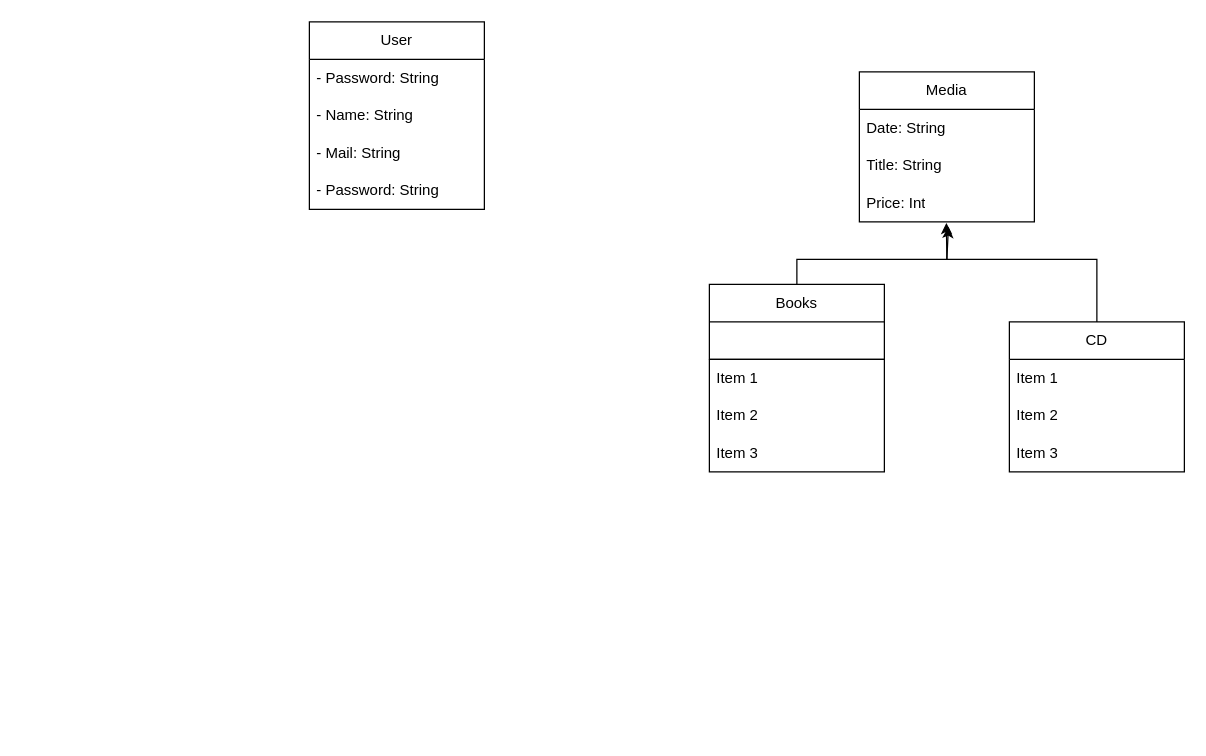
sraosha47/m226 keeps this draw.io diagram as diagrams/class_library.drawio. Above is the earlier version. Source tidied: cells renumbered, new cells numbered last; positions are measured from the earlier drawing's top-left corner, leaving out a move shared by most shapes. Both pictures are drawn from the tidied source at 125%, with x=0, y=0 at pixel (309, 21).
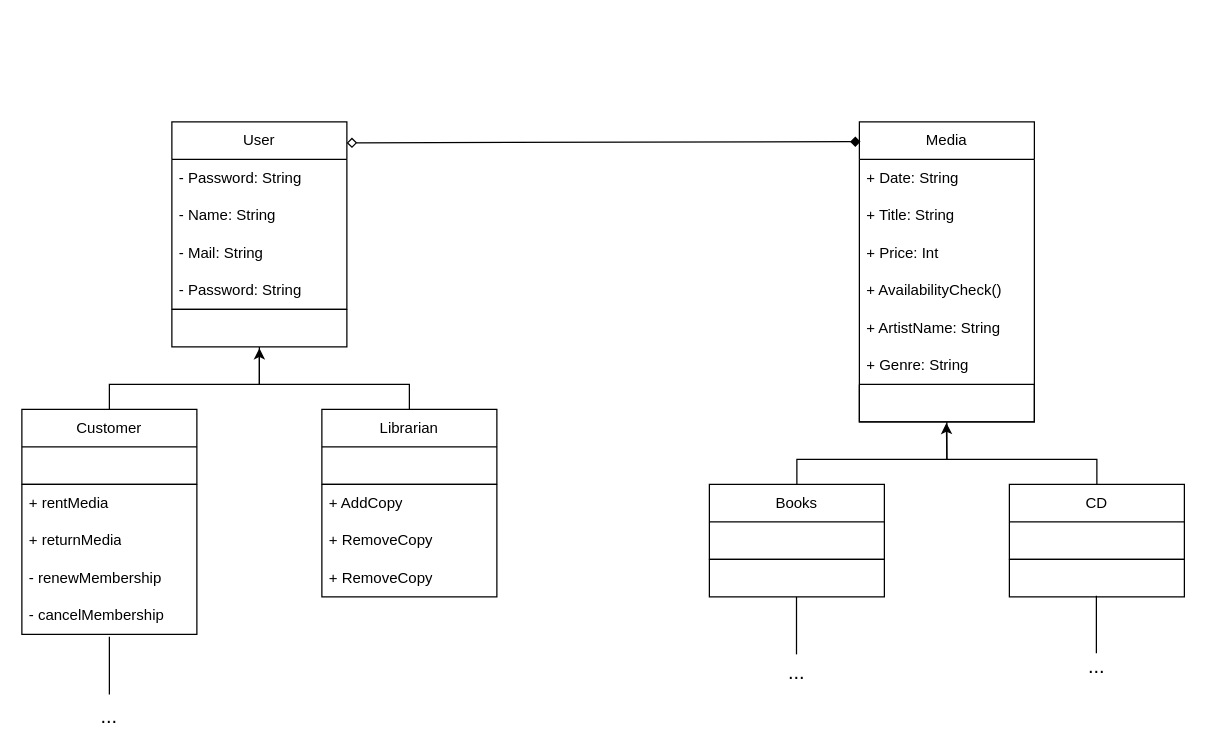
Above is the later version.

What changed in the source:
```diff
@@
     <mxCell id="2" value="User" style="swimlane;fontStyle=0;horizontal=1;startSize=30;whiteSpace=wrap;html=1;" parent="1" vertex="1">
-      <mxGeometry width="140" height="150" as="geometry" />
+      <mxGeometry x="-110" y="80" width="140" height="150" as="geometry" />
     </mxCell>
@@
     <mxCell id="7" value="Media" style="swimlane;fontStyle=0;horizontal=1;startSize=30;whiteSpace=wrap;html=1;" parent="1" vertex="1">
-      <mxGeometry x="440" y="40" width="140" height="120" as="geometry" />
+      <mxGeometry x="440" y="80" width="140" height="240" as="geometry" />
     </mxCell>
-    <mxCell id="8" value="Date: String" style="text;strokeColor=none;fillColor=none;align=left;verticalAlign=middle;spacingLeft=4;spacingRight=4;overflow=hidden;whiteSpace=wrap;html=1;" parent="7" vertex="1">
+    <mxCell id="8" value="+ Date: String" style="text;strokeColor=none;fillColor=none;align=left;verticalAlign=middle;spacingLeft=4;spacingRight=4;overflow=hidden;whiteSpace=wrap;html=1;" parent="7" vertex="1">
       <mxGeometry y="30" width="140" height="30" as="geometry" />
     </mxCell>
-    <mxCell id="9" value="Title: String" style="text;strokeColor=none;fillColor=none;align=left;verticalAlign=middle;spacingLeft=4;spacingRight=4;overflow=hidden;whiteSpace=wrap;html=1;" parent="7" vertex="1">
+    <mxCell id="9" value="+ Title: String" style="text;strokeColor=none;fillColor=none;align=left;verticalAlign=middle;spacingLeft=4;spacingRight=4;overflow=hidden;whiteSpace=wrap;html=1;" parent="7" vertex="1">
       <mxGeometry y="60" width="140" height="30" as="geometry" />
     </mxCell>
-    <mxCell id="10" value="Price: Int" style="text;strokeColor=none;fillColor=none;align=left;verticalAlign=middle;spacingLeft=4;spacingRight=4;overflow=hidden;points=[[0,0.5],[1,0.5]];portConstraint=eastwest;whiteSpace=wrap;html=1;" parent="7" vertex="1">
+    <mxCell id="10" value="+ Price: Int" style="text;strokeColor=none;fillColor=none;align=left;verticalAlign=middle;spacingLeft=4;spacingRight=4;overflow=hidden;points=[[0,0.5],[1,0.5]];portConstraint=eastwest;whiteSpace=wrap;html=1;" parent="7" vertex="1">
       <mxGeometry y="90" width="140" height="30" as="geometry" />
     </mxCell>
+    <mxCell id="22" value="+ AvailabilityCheck()" style="text;strokeColor=none;fillColor=none;align=left;verticalAlign=middle;spacingLeft=4;spacingRight=4;overflow=hidden;whiteSpace=wrap;html=1;" parent="7" vertex="1">
+      <mxGeometry y="120" width="140" height="30" as="geometry" />
+    </mxCell>
+    <mxCell id="23" value="+ ArtistName: String" style="text;strokeColor=none;fillColor=none;align=left;verticalAlign=middle;spacingLeft=4;spacingRight=4;overflow=hidden;whiteSpace=wrap;html=1;" parent="7" vertex="1">
+      <mxGeometry y="150" width="140" height="30" as="geometry" />
+    </mxCell>
+    <mxCell id="24" value="+ Genre: String" style="text;strokeColor=none;fillColor=none;align=left;verticalAlign=middle;spacingLeft=4;spacingRight=4;overflow=hidden;whiteSpace=wrap;html=1;" parent="7" vertex="1">
+      <mxGeometry y="180" width="140" height="30" as="geometry" />
+    </mxCell>
+    <mxCell id="25" style="swimlane;fontStyle=0;horizontal=1;startSize=0;whiteSpace=wrap;html=1;" parent="7" vertex="1">
+      <mxGeometry y="210" width="140" height="30" as="geometry" />
+    </mxCell>
     <mxCell id="11" value="Books" style="swimlane;fontStyle=0;horizontal=1;startSize=30;whiteSpace=wrap;html=1;" parent="1" vertex="1">
-      <mxGeometry x="320" y="210" width="140" height="60" as="geometry" />
+      <mxGeometry x="320" y="370" width="140" height="60" as="geometry" />
     </mxCell>
+    <mxCell id="16" style="endArrow=classic;html=1;rounded=0;entryX=0.497;entryY=1.027;entryDx=0;entryDy=0;entryPerimeter=0;exitX=0.5;exitY=0;exitDx=0;exitDy=0;" parent="1" edge="1" source="11">
+      <mxGeometry relative="1" as="geometry">
+        <mxPoint x="509.6" y="320.8" as="targetPoint" />
+        <Array as="points">
+          <mxPoint x="390" y="350" />
+          <mxPoint x="510" y="350" />
+        </Array>
+      </mxGeometry>
+    </mxCell>
+    <mxCell id="18" style="swimlane;fontStyle=0;horizontal=1;startSize=0;whiteSpace=wrap;html=1;" parent="1" vertex="1">
+      <mxGeometry x="320" y="430" width="140" height="30" as="geometry" />
+    </mxCell>
+    <mxCell id="26" style="endArrow=none;html=1;rounded=0;exitX=0.5;exitY=0;exitDx=0;exitDy=0;" parent="1" edge="1" source="12">
+      <mxGeometry relative="1" as="geometry">
+        <mxPoint x="510" y="320" as="targetPoint" />
+        <Array as="points">
+          <mxPoint x="630" y="350" />
+          <mxPoint x="510" y="350" />
+        </Array>
+      </mxGeometry>
+    </mxCell>
     <mxCell id="12" value="CD" style="swimlane;fontStyle=0;horizontal=1;startSize=30;whiteSpace=wrap;html=1;" parent="1" vertex="1">
-      <mxGeometry x="560" y="240" width="140" height="120" as="geometry" />
+      <mxGeometry x="560" y="370" width="140" height="60" as="geometry" />
     </mxCell>
-    <mxCell id="13" value="Item 1" style="text;strokeColor=none;fillColor=none;align=left;verticalAlign=middle;spacingLeft=4;spacingRight=4;overflow=hidden;whiteSpace=wrap;html=1;" parent="12" vertex="1">
-      <mxGeometry y="30" width="140" height="30" as="geometry" />
-    </mxCell>
-    <mxCell id="14" value="Item 2" style="text;strokeColor=none;fillColor=none;align=left;verticalAlign=middle;spacingLeft=4;spacingRight=4;overflow=hidden;whiteSpace=wrap;html=1;" parent="12" vertex="1">
-      <mxGeometry y="60" width="140" height="30" as="geometry" />
-    </mxCell>
-    <mxCell id="15" value="Item 3" style="text;strokeColor=none;fillColor=none;align=left;verticalAlign=middle;spacingLeft=4;spacingRight=4;overflow=hidden;whiteSpace=wrap;html=1;" parent="12" vertex="1">
-      <mxGeometry y="90" width="140" height="30" as="geometry" />
-    </mxCell>
-    <mxCell id="16" style="endArrow=classic;html=1;rounded=0;entryX=0.497;entryY=1.027;entryDx=0;entryDy=0;entryPerimeter=0;exitX=0.5;exitY=0;exitDx=0;exitDy=0;" parent="1" edge="1" source="11" target="10">
-      <mxGeometry relative="1" as="geometry">
-        <Array as="points">
-          <mxPoint x="390" y="190" />
-          <mxPoint x="510" y="190" />
-        </Array>
-      </mxGeometry>
-    </mxCell>
-    <mxCell id="17" style="endArrow=classic;html=1;rounded=0;entryX=0.509;entryY=1.133;entryDx=0;entryDy=0;entryPerimeter=0;exitX=0.5;exitY=0;exitDx=0;exitDy=0;" parent="1" edge="1" source="12" target="10">
-      <mxGeometry relative="1" as="geometry">
-        <Array as="points">
-          <mxPoint x="630" y="190" />
-          <mxPoint x="510" y="190" />
-        </Array>
-      </mxGeometry>
-    </mxCell>
-    <mxCell id="18" style="swimlane;fontStyle=0;horizontal=1;startSize=0;whiteSpace=wrap;html=1;" parent="1" vertex="1">
-      <mxGeometry x="320" y="270" width="140" height="90" as="geometry" />
-    </mxCell>
-    <mxCell id="19" value="Item 1" style="text;strokeColor=none;fillColor=none;align=left;verticalAlign=middle;spacingLeft=4;spacingRight=4;overflow=hidden;whiteSpace=wrap;html=1;" parent="18" vertex="1">
-      <mxGeometry width="140" height="30" as="geometry" />
-    </mxCell>
-    <mxCell id="20" value="Item 2" style="text;strokeColor=none;fillColor=none;align=left;verticalAlign=middle;spacingLeft=4;spacingRight=4;overflow=hidden;whiteSpace=wrap;html=1;" parent="18" vertex="1">
-      <mxGeometry y="30" width="140" height="30" as="geometry" />
-    </mxCell>
-    <mxCell id="21" value="Item 3" style="text;strokeColor=none;fillColor=none;align=left;verticalAlign=middle;spacingLeft=4;spacingRight=4;overflow=hidden;whiteSpace=wrap;html=1;" parent="18" vertex="1">
-      <mxGeometry y="60" width="140" height="30" as="geometry" />
-    </mxCell>
+    <mxCell id="27" style="swimlane;fontStyle=0;horizontal=1;startSize=0;whiteSpace=wrap;html=1;" parent="1" vertex="1">
+      <mxGeometry x="560" y="430" width="140" height="30" as="geometry" />
+    </mxCell>
+    <mxCell id="28" value="Customer" style="swimlane;fontStyle=0;horizontal=1;startSize=30;whiteSpace=wrap;html=1;" parent="1" vertex="1">
+      <mxGeometry x="-230" y="310" width="140" height="60" as="geometry" />
+    </mxCell>
+    <mxCell id="29" style="endArrow=classic;html=1;rounded=0;entryX=0.497;entryY=1.027;entryDx=0;entryDy=0;entryPerimeter=0;exitX=0.5;exitY=0;exitDx=0;exitDy=0;" parent="1" edge="1" source="28">
+      <mxGeometry relative="1" as="geometry">
+        <mxPoint x="-40" y="261" as="targetPoint" />
+        <Array as="points">
+          <mxPoint x="-160" y="290" />
+          <mxPoint x="-40" y="290" />
+        </Array>
+      </mxGeometry>
+    </mxCell>
+    <mxCell id="30" style="swimlane;fontStyle=0;horizontal=1;startSize=0;whiteSpace=wrap;html=1;" parent="1" vertex="1">
+      <mxGeometry x="-230" y="370" width="140" height="120" as="geometry" />
+    </mxCell>
+    <mxCell id="31" value="+ rentMedia" style="text;strokeColor=none;fillColor=none;align=left;verticalAlign=middle;spacingLeft=4;spacingRight=4;overflow=hidden;whiteSpace=wrap;html=1;" parent="30" vertex="1">
+      <mxGeometry width="140" height="30" as="geometry" />
+    </mxCell>
+    <mxCell id="32" value="+ returnMedia" style="text;strokeColor=none;fillColor=none;align=left;verticalAlign=middle;spacingLeft=4;spacingRight=4;overflow=hidden;whiteSpace=wrap;html=1;" parent="30" vertex="1">
+      <mxGeometry y="30" width="140" height="30" as="geometry" />
+    </mxCell>
+    <mxCell id="33" value="- renewMembership" style="text;strokeColor=none;fillColor=none;align=left;verticalAlign=middle;spacingLeft=4;spacingRight=4;overflow=hidden;whiteSpace=wrap;html=1;" parent="30" vertex="1">
+      <mxGeometry y="60" width="140" height="30" as="geometry" />
+    </mxCell>
+    <mxCell id="34" value="- cancelMembership" style="text;strokeColor=none;fillColor=none;align=left;verticalAlign=middle;spacingLeft=4;spacingRight=4;overflow=hidden;points=[[0,0.5],[1,0.5]];portConstraint=eastwest;whiteSpace=wrap;html=1;" parent="30" vertex="1">
+      <mxGeometry y="90" width="140" height="30" as="geometry" />
+    </mxCell>
+    <mxCell id="35" style="endArrow=none;html=1;rounded=0;exitX=0.5;exitY=0;exitDx=0;exitDy=0;" parent="1" edge="1" source="36">
+      <mxGeometry relative="1" as="geometry">
+        <mxPoint x="-40" y="260" as="targetPoint" />
+        <Array as="points">
+          <mxPoint x="80" y="290" />
+          <mxPoint x="-40" y="290" />
+        </Array>
+      </mxGeometry>
+    </mxCell>
+    <mxCell id="36" value="Librarian" style="swimlane;fontStyle=0;horizontal=1;startSize=30;whiteSpace=wrap;html=1;" parent="1" vertex="1">
+      <mxGeometry x="10" y="310" width="140" height="60" as="geometry" />
+    </mxCell>
+    <mxCell id="37" style="swimlane;fontStyle=0;horizontal=1;startSize=0;whiteSpace=wrap;html=1;" parent="1" vertex="1">
+      <mxGeometry x="10" y="370" width="140" height="90" as="geometry" />
+    </mxCell>
+    <mxCell id="38" value="+ AddCopy" style="text;strokeColor=none;fillColor=none;align=left;verticalAlign=middle;spacingLeft=4;spacingRight=4;overflow=hidden;whiteSpace=wrap;html=1;" parent="37" vertex="1">
+      <mxGeometry width="140" height="30" as="geometry" />
+    </mxCell>
+    <mxCell id="39" value="+ RemoveCopy" style="text;strokeColor=none;fillColor=none;align=left;verticalAlign=middle;spacingLeft=4;spacingRight=4;overflow=hidden;whiteSpace=wrap;html=1;" parent="37" vertex="1">
+      <mxGeometry y="30" width="140" height="30" as="geometry" />
+    </mxCell>
+    <mxCell id="40" value="+ RemoveCopy" style="text;strokeColor=none;fillColor=none;align=left;verticalAlign=middle;spacingLeft=4;spacingRight=4;overflow=hidden;whiteSpace=wrap;html=1;" parent="37" vertex="1">
+      <mxGeometry y="60" width="140" height="30" as="geometry" />
+    </mxCell>
+    <mxCell id="41" style="endArrow=diamond;html=1;rounded=0;entryX=0.007;entryY=0.066;entryDx=0;entryDy=0;entryPerimeter=0;exitX=0.999;exitY=0.112;exitDx=0;exitDy=0;exitPerimeter=0;startArrow=diamond;startFill=0;endFill=1;" parent="1" edge="1" source="2" target="7">
+      <mxGeometry relative="1" as="geometry" />
+    </mxCell>
+    <mxCell id="42" style="endArrow=none;html=1;rounded=0;exitX=0.5;exitY=1.061;exitDx=0;exitDy=0;exitPerimeter=0;" parent="1" edge="1" source="34">
+      <mxGeometry relative="1" as="geometry">
+        <mxPoint x="-160" y="538" as="targetPoint" />
+      </mxGeometry>
+    </mxCell>
+    <mxCell id="43" value="&lt;font style=&quot;font-size: 16px;&quot;&gt;...&lt;/font&gt;" style="text;html=1;strokeColor=none;fillColor=none;align=center;verticalAlign=middle;whiteSpace=wrap;rounded=0;" parent="1" vertex="1">
+      <mxGeometry x="-190" y="540" width="60" height="30" as="geometry" />
+    </mxCell>
+    <mxCell id="44" style="endArrow=none;html=1;rounded=0;exitX=0.5;exitY=1.061;exitDx=0;exitDy=0;exitPerimeter=0;" parent="1" edge="1">
+      <mxGeometry relative="1" as="geometry">
+        <mxPoint x="629.6" y="459" as="sourcePoint" />
+        <mxPoint x="629.6" y="505" as="targetPoint" />
+      </mxGeometry>
+    </mxCell>
+    <mxCell id="45" value="&lt;font style=&quot;font-size: 16px;&quot;&gt;...&lt;/font&gt;" style="text;html=1;strokeColor=none;fillColor=none;align=center;verticalAlign=middle;whiteSpace=wrap;rounded=0;" parent="1" vertex="1">
+      <mxGeometry x="600" y="500" width="60" height="30" as="geometry" />
+    </mxCell>
+    <mxCell id="46" style="endArrow=none;html=1;rounded=0;exitX=0.5;exitY=1.061;exitDx=0;exitDy=0;exitPerimeter=0;" parent="1" edge="1">
+      <mxGeometry relative="1" as="geometry">
+        <mxPoint x="389.7" y="460" as="sourcePoint" />
+        <mxPoint x="389.7" y="506" as="targetPoint" />
+      </mxGeometry>
+    </mxCell>
+    <mxCell id="47" value="&lt;font style=&quot;font-size: 16px;&quot;&gt;...&lt;/font&gt;" style="text;html=1;strokeColor=none;fillColor=none;align=center;verticalAlign=middle;whiteSpace=wrap;rounded=0;" parent="1" vertex="1">
+      <mxGeometry x="360" y="505" width="60" height="30" as="geometry" />
+    </mxCell>
+    <mxCell id="48" style="swimlane;fontStyle=0;horizontal=1;startSize=0;whiteSpace=wrap;html=1;" parent="1" vertex="1">
+      <mxGeometry x="-110" y="230" width="140" height="30" as="geometry" />
+    </mxCell>
```
